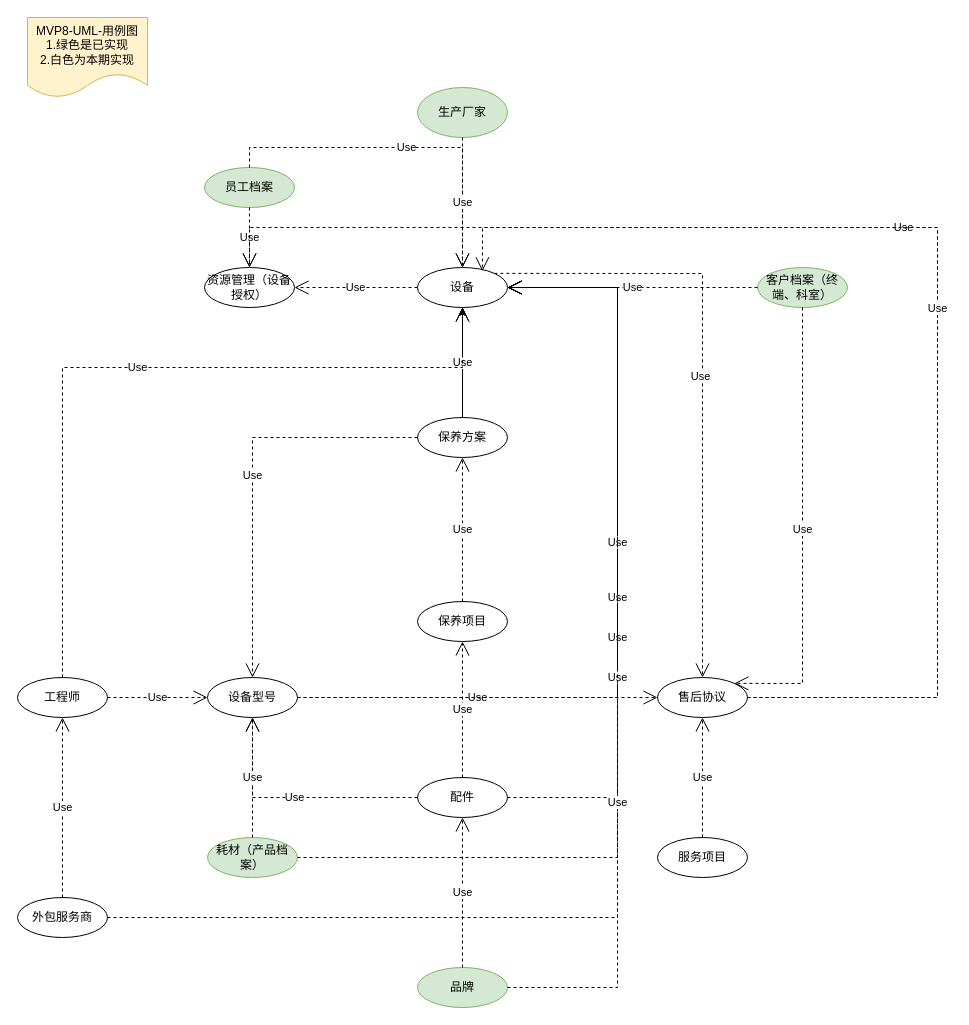
The draw.io diagram uml/uml_mvp8.drawio in WERNERWAN1/mind, before the edit. Source tidied: cells renumbered, new cells numbered last; positions are measured from the earlier drawing's top-left corner, leaving out a move shared by most shapes. Both pictures are drawn from the tidied source at 100%, with x=0, y=0 at pixel (17, 17).
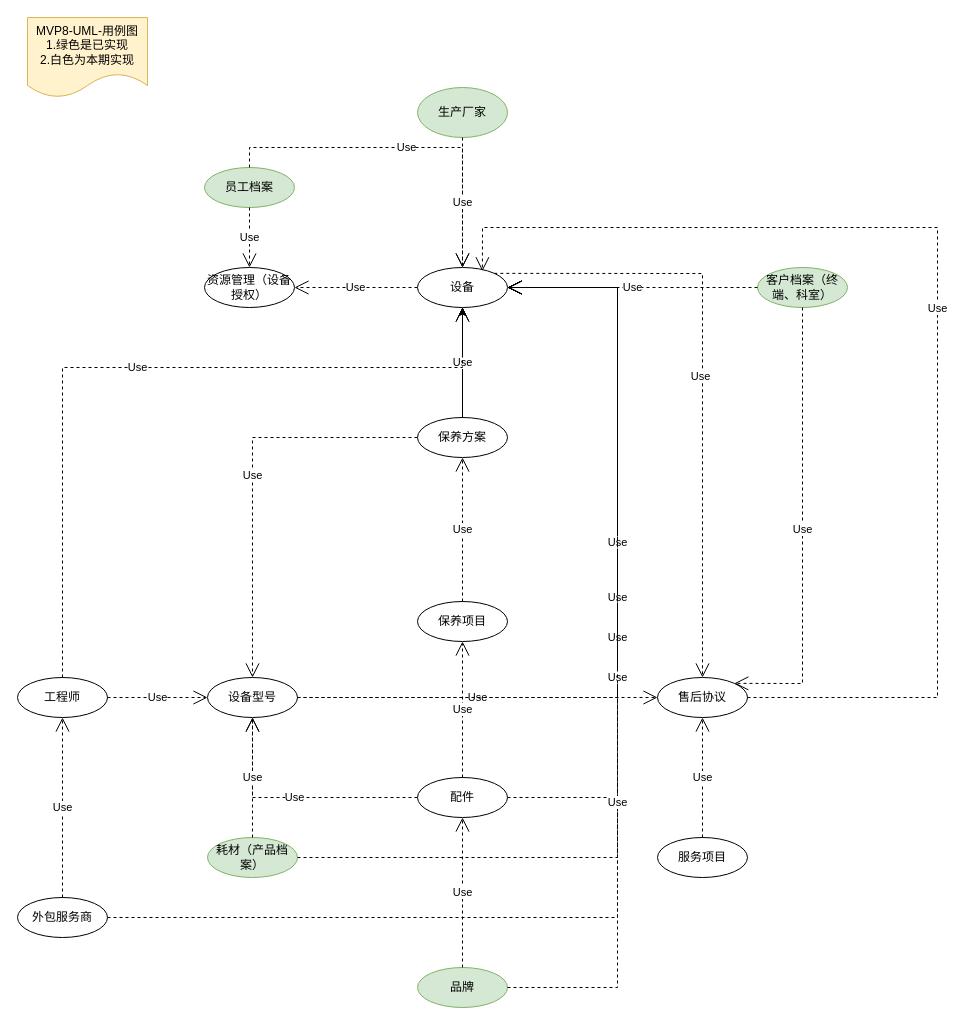
Above is the later version.

Unchanged cells that the change refers to:
```xml
<mxCell id="27" value="资源管理（设备授权）" style="ellipse;whiteSpace=wrap;html=1;" parent="1" vertex="1">
  <mxGeometry x="187" y="250" width="90" height="40" as="geometry" />
</mxCell>
```

Diff of the diagram source:
```diff
@@
-    <mxCell id="44" value="Use" style="endArrow=open;endSize=12;dashed=1;html=1;rounded=0;entryX=0.5;entryY=0;entryDx=0;entryDy=0;" parent="1" edge="1" target="27">
-      <mxGeometry relative="1" as="geometry">
-        <mxPoint x="730" y="680" as="sourcePoint" />
-        <Array as="points">
-          <mxPoint x="920" y="680" />
-          <mxPoint x="920" y="210" />
-          <mxPoint x="232" y="210" />
-        </Array>
-      </mxGeometry>
-    </mxCell>
```
